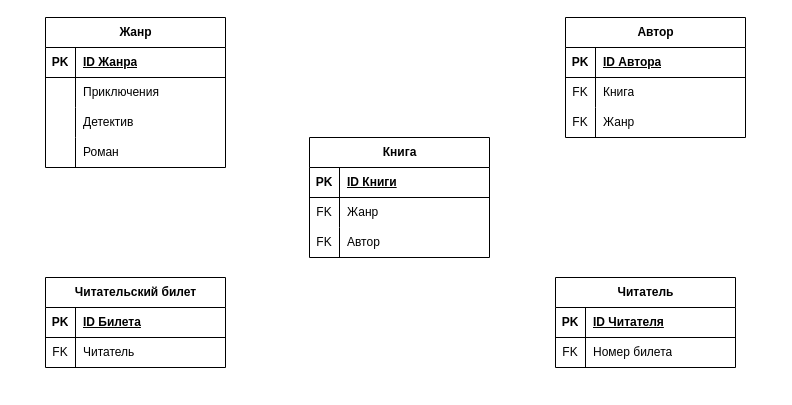
The draw.io diagram ER диаграмма для БД.drawio in pytonuserouner/UML_study, before the edit. Source tidied: cells renumbered, new cells numbered last; positions are measured from the earlier drawing's top-left corner, leaving out a move shared by most shapes. Both pictures are drawn from the tidied source at 100%, with x=0, y=0 at pixel (45, 17).
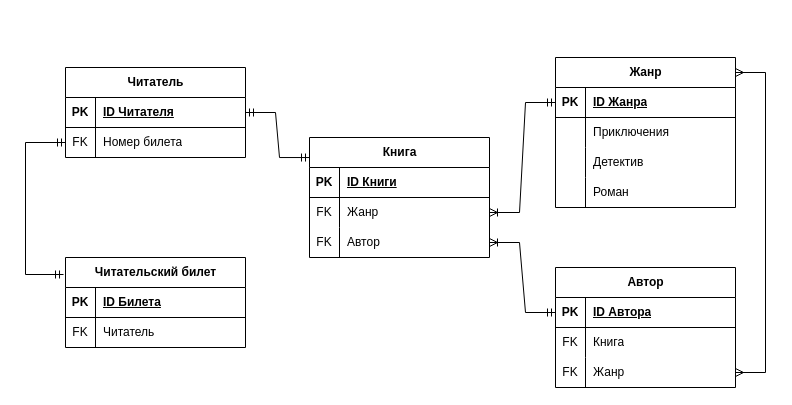
Above is the later version.

The change refers to these unchanged cells:
```xml
<mxCell id="2" value="Книга" style="shape=table;startSize=30;childLayout=tableLayout;rowLines=0;fontStyle=1;align=center;html=1;" parent="1" vertex="1">
  <mxGeometry x="264" y="120" width="180" height="120" as="geometry" />
</mxCell>
<mxCell id="6" style="shape=tableRow;horizontal=0;startSize=0;swimlaneHead=0;swimlaneBody=0;fillColor=none;points=[[0,0.5],[1,0.5]];portConstraint=eastwest;top=0;left=0;right=0;bottom=0;" parent="2" vertex="1">
  <mxGeometry y="60" width="180" height="30" as="geometry" />
</mxCell>
<mxCell id="9" style="shape=tableRow;horizontal=0;startSize=0;swimlaneHead=0;swimlaneBody=0;fillColor=none;points=[[0,0.5],[1,0.5]];portConstraint=eastwest;top=0;left=0;right=0;bottom=0;" parent="2" vertex="1">
  <mxGeometry y="90" width="180" height="30" as="geometry" />
</mxCell>
<mxCell id="13" style="shape=tableRow;horizontal=0;startSize=0;swimlaneHead=0;swimlaneBody=0;fillColor=none;points=[[0,0.5],[1,0.5]];portConstraint=eastwest;top=0;left=0;right=0;bottom=1;" parent="12" vertex="1">
  <mxGeometry y="30" width="180" height="30" as="geometry" />
</mxCell>
<mxCell id="19" style="shape=tableRow;horizontal=0;startSize=0;swimlaneHead=0;swimlaneBody=0;fillColor=none;points=[[0,0.5],[1,0.5]];portConstraint=eastwest;top=0;left=0;right=0;bottom=0;" parent="12" vertex="1">
  <mxGeometry y="90" width="180" height="30" as="geometry" />
</mxCell>
<mxCell id="23" style="shape=tableRow;horizontal=0;startSize=0;swimlaneHead=0;swimlaneBody=0;fillColor=none;points=[[0,0.5],[1,0.5]];portConstraint=eastwest;top=0;left=0;right=0;bottom=1;" parent="22" vertex="1">
  <mxGeometry y="30" width="180" height="30" as="geometry" />
</mxCell>
<mxCell id="36" style="shape=tableRow;horizontal=0;startSize=0;swimlaneHead=0;swimlaneBody=0;fillColor=none;points=[[0,0.5],[1,0.5]];portConstraint=eastwest;top=0;left=0;right=0;bottom=1;" parent="35" vertex="1">
  <mxGeometry y="30" width="180" height="30" as="geometry" />
</mxCell>
<mxCell id="39" style="shape=tableRow;horizontal=0;startSize=0;swimlaneHead=0;swimlaneBody=0;fillColor=none;points=[[0,0.5],[1,0.5]];portConstraint=eastwest;top=0;left=0;right=0;bottom=0;" parent="35" vertex="1">
  <mxGeometry y="60" width="180" height="30" as="geometry" />
</mxCell>
```

Diff of the diagram source:
```diff
@@
     <mxCell id="12" value="Автор" style="shape=table;startSize=30;childLayout=tableLayout;rowLines=0;fontStyle=1;align=center;html=1;" parent="1" vertex="1">
-      <mxGeometry x="520" width="180" height="120" as="geometry" />
+      <mxGeometry x="510" y="250" width="180" height="120" as="geometry" />
     </mxCell>
@@
     <mxCell id="22" value="Жанр" style="shape=table;startSize=30;childLayout=tableLayout;rowLines=0;fontStyle=1;align=center;html=1;" parent="1" vertex="1">
-      <mxGeometry width="180" height="150" as="geometry" />
+      <mxGeometry x="510" y="40" width="180" height="150" as="geometry" />
     </mxCell>
@@
     <mxCell id="35" value="Читатель" style="shape=table;startSize=30;childLayout=tableLayout;rowLines=0;fontStyle=1;align=center;html=1;" parent="1" vertex="1">
-      <mxGeometry x="510" y="260" width="180" height="90" as="geometry" />
+      <mxGeometry x="20" y="50" width="180" height="90" as="geometry" />
     </mxCell>
@@
     <mxCell id="42" value="Читательский билет" style="shape=table;startSize=30;childLayout=tableLayout;rowLines=0;fontStyle=1;align=center;html=1;" parent="1" vertex="1">
-      <mxGeometry y="260" width="180" height="90" as="geometry" />
+      <mxGeometry x="20" y="240" width="180" height="90" as="geometry" />
     </mxCell>
@@
+    <mxCell id="49" style="edgeStyle=entityRelationEdgeStyle;fontSize=12;html=1;endArrow=ERmandOne;startArrow=ERmandOne;rounded=0;entryX=0;entryY=0.167;entryDx=0;entryDy=0;exitX=1;exitY=0.5;exitDx=0;exitDy=0;entryPerimeter=0;" parent="1" edge="1" source="36" target="2">
+      <mxGeometry relative="1" as="geometry" />
+    </mxCell>
+    <mxCell id="50" style="edgeStyle=orthogonalEdgeStyle;fontSize=12;html=1;endArrow=ERmandOne;startArrow=ERmandOne;rounded=0;exitX=0;exitY=0.5;exitDx=0;exitDy=0;entryX=-0.011;entryY=0.189;entryDx=0;entryDy=0;entryPerimeter=0;" parent="1" edge="1" source="39" target="42">
+      <mxGeometry relative="1" as="geometry">
+        <Array as="points">
+          <mxPoint x="-20" y="125" />
+          <mxPoint x="-20" y="257" />
+        </Array>
+      </mxGeometry>
+    </mxCell>
+    <mxCell id="51" style="edgeStyle=entityRelationEdgeStyle;fontSize=12;html=1;endArrow=ERmany;startArrow=ERmany;rounded=0;entryX=1;entryY=0.1;entryDx=0;entryDy=0;entryPerimeter=0;exitX=1;exitY=0.5;exitDx=0;exitDy=0;" parent="1" edge="1" source="19" target="22">
+      <mxGeometry relative="1" as="geometry" />
+    </mxCell>
+    <mxCell id="52" style="edgeStyle=entityRelationEdgeStyle;fontSize=12;html=1;endArrow=ERoneToMany;startArrow=ERmandOne;rounded=0;entryX=1;entryY=0.5;entryDx=0;entryDy=0;exitX=0;exitY=0.5;exitDx=0;exitDy=0;" parent="1" edge="1" source="13" target="9">
+      <mxGeometry relative="1" as="geometry" />
+    </mxCell>
+    <mxCell id="53" style="edgeStyle=entityRelationEdgeStyle;fontSize=12;html=1;endArrow=ERoneToMany;startArrow=ERmandOne;rounded=0;entryX=1;entryY=0.5;entryDx=0;entryDy=0;exitX=0;exitY=0.5;exitDx=0;exitDy=0;" parent="1" edge="1" source="23" target="6">
+      <mxGeometry relative="1" as="geometry" />
+    </mxCell>
```
